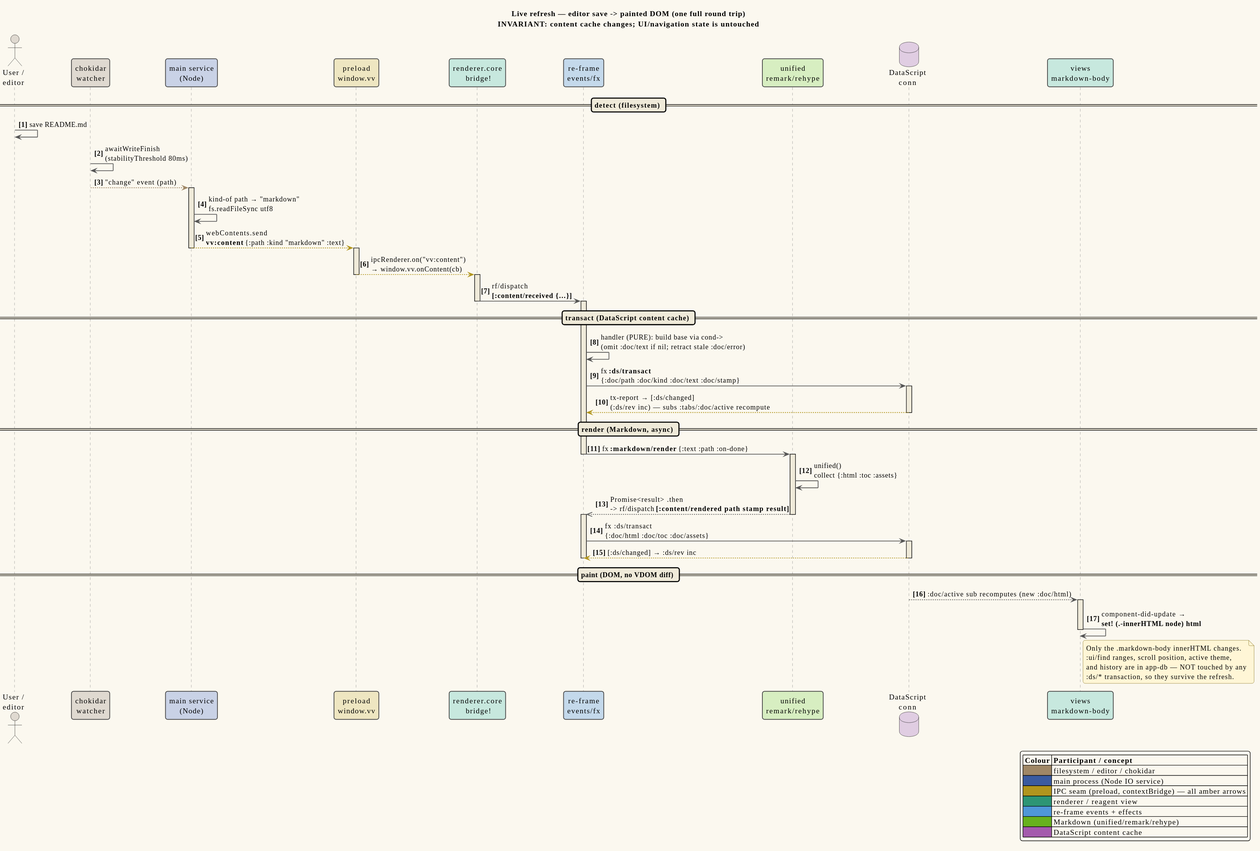
The PlantUML diagram docs/diagrams/seq-live-refresh.svg in vinary-tree/vinary-viewer, before a commit.
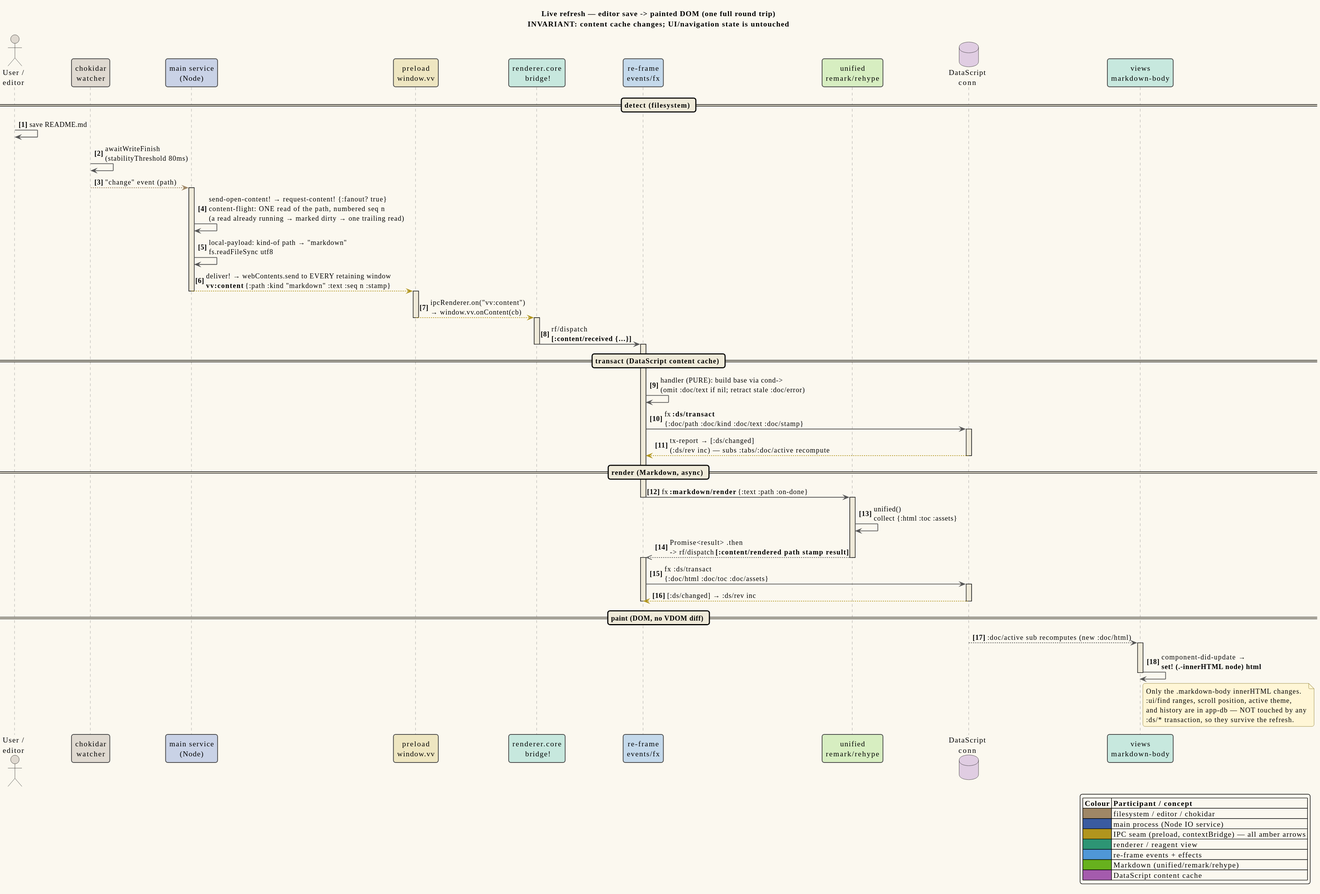
Later version of the same file.

Change to the diagram source:
```diff
@@ -20,8 +20,9 @@
 CK -> CK : awaitWriteFinish\n(stabilityThreshold 80ms)
 CK -[#9F8766]-> SVC : "change" event (path)
 activate SVC
-SVC -> SVC : kind-of path → "markdown"\nfs.readFileSync utf8
-SVC -[#B1951D]-> PL : webContents.send\n**vv:content** {:path :kind "markdown" :text}
+SVC -> SVC : send-open-content! → request-content! {:fanout? true}\ncontent-flight: ONE read of the path, numbered seq n\n(a read already running → marked dirty → one trailing read)
+SVC -> SVC : local-payload: kind-of path → "markdown"\nfs.readFileSync utf8
+SVC -[#B1951D]-> PL : deliver! → webContents.send to EVERY retaining window\n**vv:content** {:path :kind "markdown" :text :seq n :stamp}
 deactivate SVC
 activate PL
 PL -[#B1951D]-> BR : ipcRenderer.on("vv:content")\n→ window.vv.onContent(cb)
```
